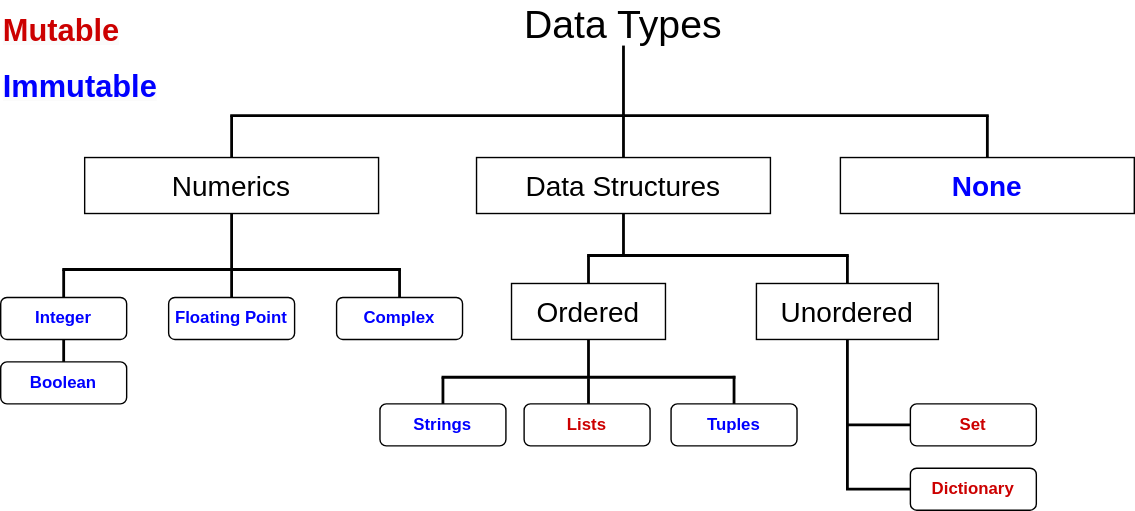
Before: learn_python/module2_data_types/resources/DataTypes.svg, a diagram exported from draw.io (bckohan/learn-python). Source tidied: cells renumbered, new cells last; positions are measured from the earlier drawing's top-left corner, leaving out a move shared by most shapes.
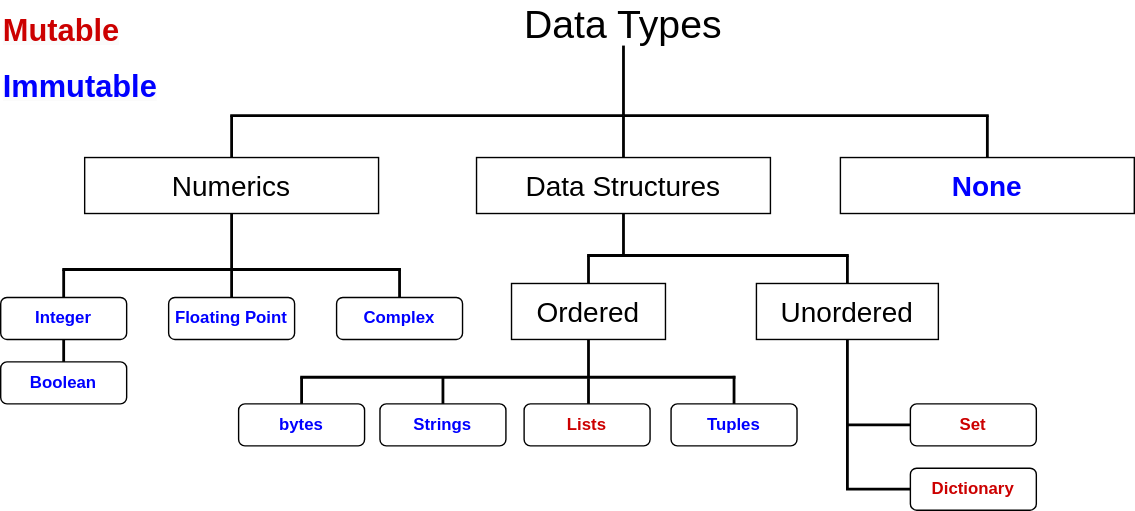
The same diagram one commit later.

Diff of the diagram source:
```diff
@@ -126,7 +126,7 @@
     </mxCell>
     <mxCell id="31" style="endArrow=none;html=1;rounded=0;strokeWidth=2;" parent="1" edge="1">
       <mxGeometry relative="1" as="geometry">
-        <mxPoint x="315" y="267" as="sourcePoint" />
+        <mxPoint x="214" y="267" as="sourcePoint" />
         <mxPoint x="525" y="267" as="targetPoint" />
       </mxGeometry>
     </mxCell>
@@ -180,5 +180,13 @@
     <mxCell id="42" value="&lt;b style=&quot;border-color: var(--border-color); font-family: Helvetica; font-style: normal; font-variant-ligatures: normal; font-variant-caps: normal; letter-spacing: normal; orphans: 2; text-align: center; text-indent: 0px; text-transform: none; widows: 2; word-spacing: 0px; -webkit-text-stroke-width: 0px; background-color: rgb(251, 251, 251); text-decoration-thickness: initial; text-decoration-style: initial; text-decoration-color: initial;&quot;&gt;&lt;font color=&quot;#0000ff&quot; style=&quot;border-color: var(--border-color); font-size: 22px;&quot;&gt;Immutable&lt;/font&gt;&lt;/b&gt;" style="text;whiteSpace=wrap;html=1;" parent="1" vertex="1">
       <mxGeometry y="40" width="100" height="40" as="geometry" />
     </mxCell>
+    <mxCell id="43" value="&lt;b&gt;&lt;font color=&quot;#0000ff&quot;&gt;bytes&lt;/font&gt;&lt;/b&gt;" style="rounded=1;whiteSpace=wrap;html=1;" parent="1" vertex="1">
+      <mxGeometry x="170" y="286" width="90" height="30" as="geometry" />
+    </mxCell>
+    <mxCell id="44" style="endArrow=none;html=1;rounded=0;strokeWidth=2;exitX=0.5;exitY=0;exitDx=0;exitDy=0;" parent="1" edge="1" source="43">
+      <mxGeometry relative="1" as="geometry">
+        <mxPoint x="215" y="267" as="targetPoint" />
+      </mxGeometry>
+    </mxCell>
   </root>
 </mxGraphModel>
```
